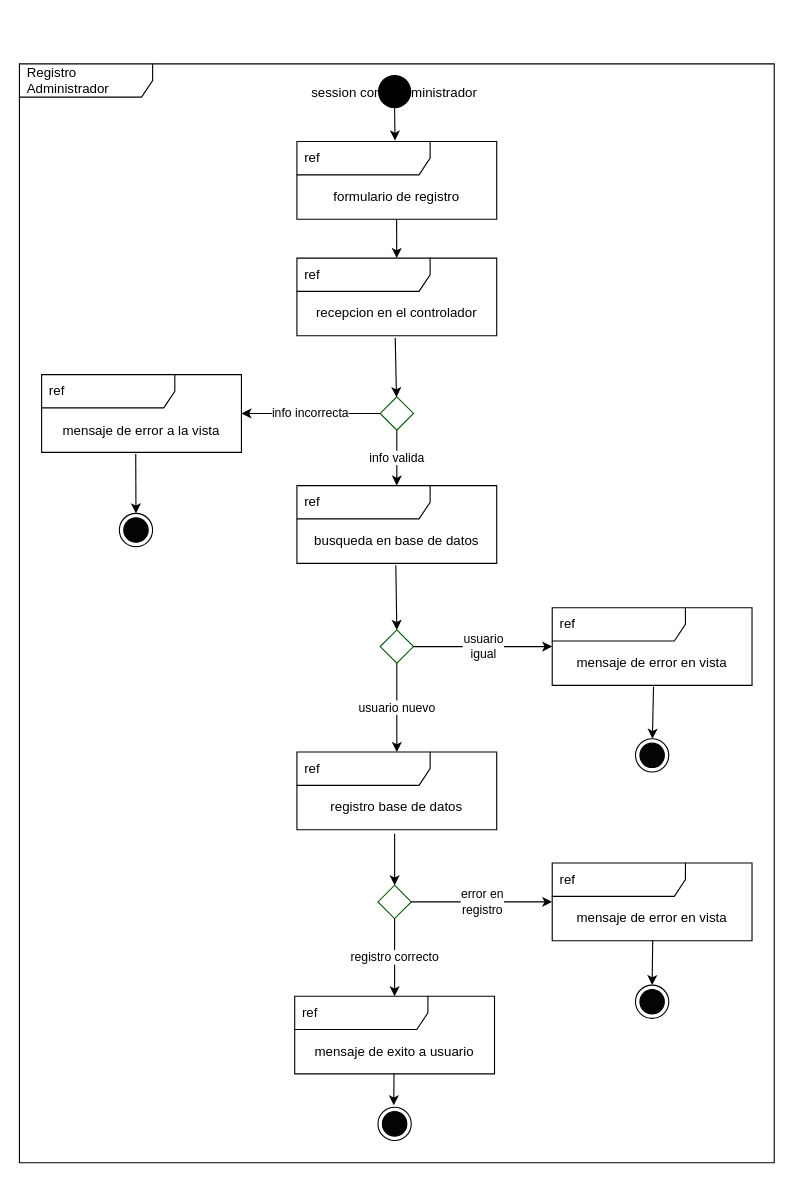
Above: DOCUMENTACION/interaccionRegistroAdmin.drawio in cresb-49/PRACTICA-1-TEO1 (draw.io), before the change. Source tidied: cells renumbered, new cells numbered last; positions are measured from the earlier drawing's top-left corner, leaving out a move shared by most shapes. Both pictures are drawn from the tidied source at 111%, with x=0, y=0 at pixel (19, 63).
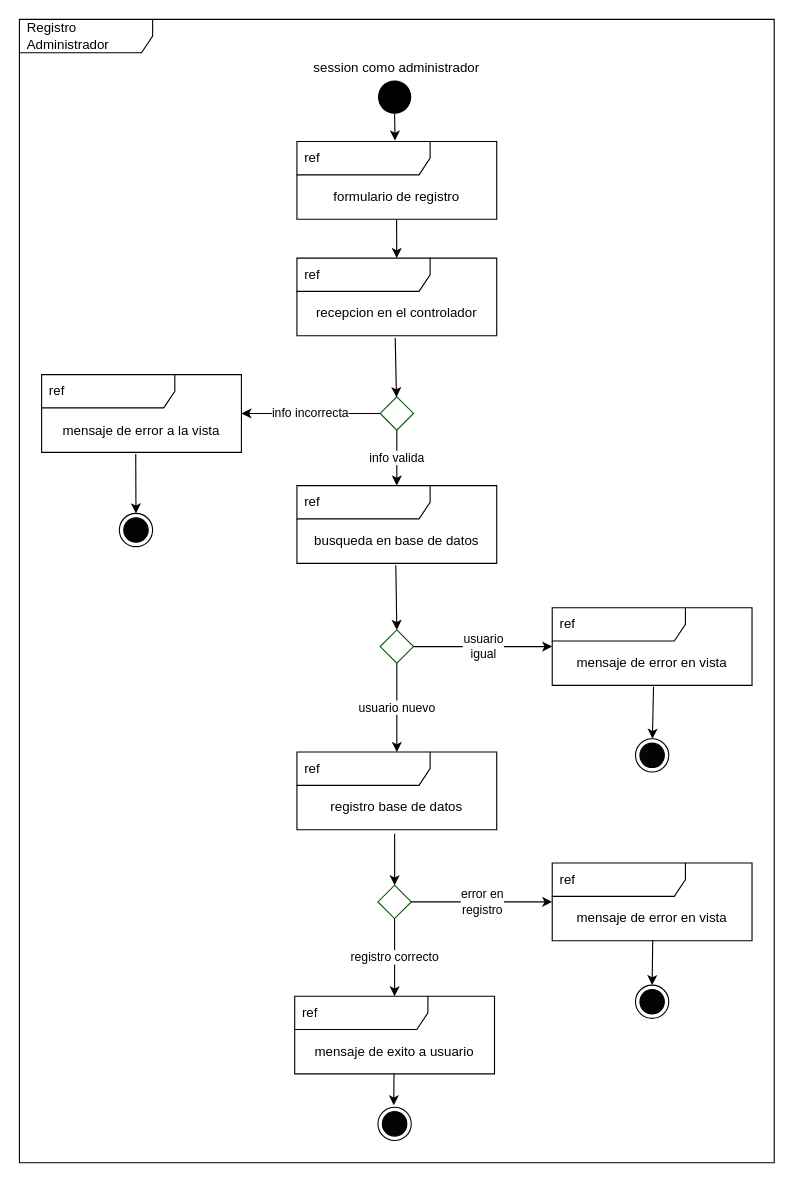
Above is the later version.

The edit, as a diff of the source:
```diff
@@
     <mxCell id="2" value="Registro Administrador" style="shape=umlFrame;whiteSpace=wrap;html=1;width=120;height=30;boundedLbl=1;verticalAlign=middle;align=left;spacingLeft=5;fillColor=default;" parent="1" vertex="1">
-      <mxGeometry width="680" height="990" as="geometry" />
+      <mxGeometry y="-40" width="680" height="1030" as="geometry" />
     </mxCell>
@@
-    <mxCell id="38" value="session como administrador" style="ellipse;strokeColor=none;fillColor=#000000;" parent="1" vertex="1">
-      <mxGeometry x="323" y="10" width="30" height="30" as="geometry" />
+    <mxCell id="38" style="ellipse;strokeColor=none;fillColor=#000000;" parent="1" vertex="1">
+      <mxGeometry x="323" y="15" width="30" height="30" as="geometry" />
     </mxCell>
@@
+    <mxCell id="42" value="&lt;span style=&quot;color: rgb(0, 0, 0);&quot;&gt;session como administrador&lt;/span&gt;" style="text;html=1;strokeColor=none;fillColor=none;align=center;verticalAlign=middle;whiteSpace=wrap;rounded=0;fontColor=#FFFFFF;" parent="1" vertex="1">
+      <mxGeometry x="255" y="-11" width="170" height="30" as="geometry" />
+    </mxCell>
```
